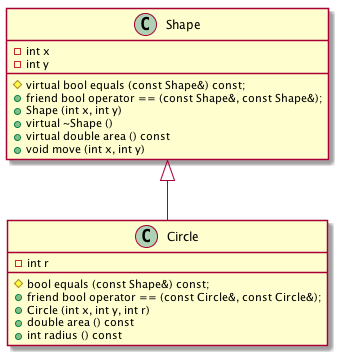
Earlier version of the PlantUML export examples/Shapes2.png (akhilmurthy/cs371p).
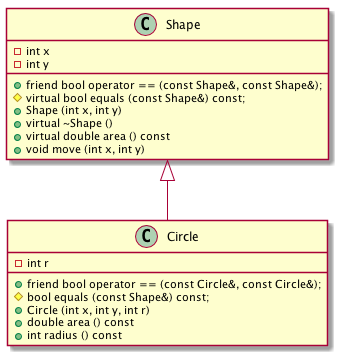
The same file after the commit.

The edit, as a diff of the source:
```diff
@@ -4,8 +4,8 @@
 class Shape {
     - int x
     - int y
+    + friend bool operator == (const Shape&, const Shape&);
     # virtual bool equals (const Shape&) const;
-    + friend bool operator == (const Shape&, const Shape&);
     + Shape (int x, int y)
     + virtual ~Shape ()
     + virtual double area () const
@@ -14,8 +14,8 @@
 
 class Circle {
     - int r
+    + friend bool operator == (const Circle&, const Circle&);
     # bool equals (const Shape&) const;
-    + friend bool operator == (const Circle&, const Circle&);
     + Circle (int x, int y, int r)
     + double area () const
     + int radius () const
```
